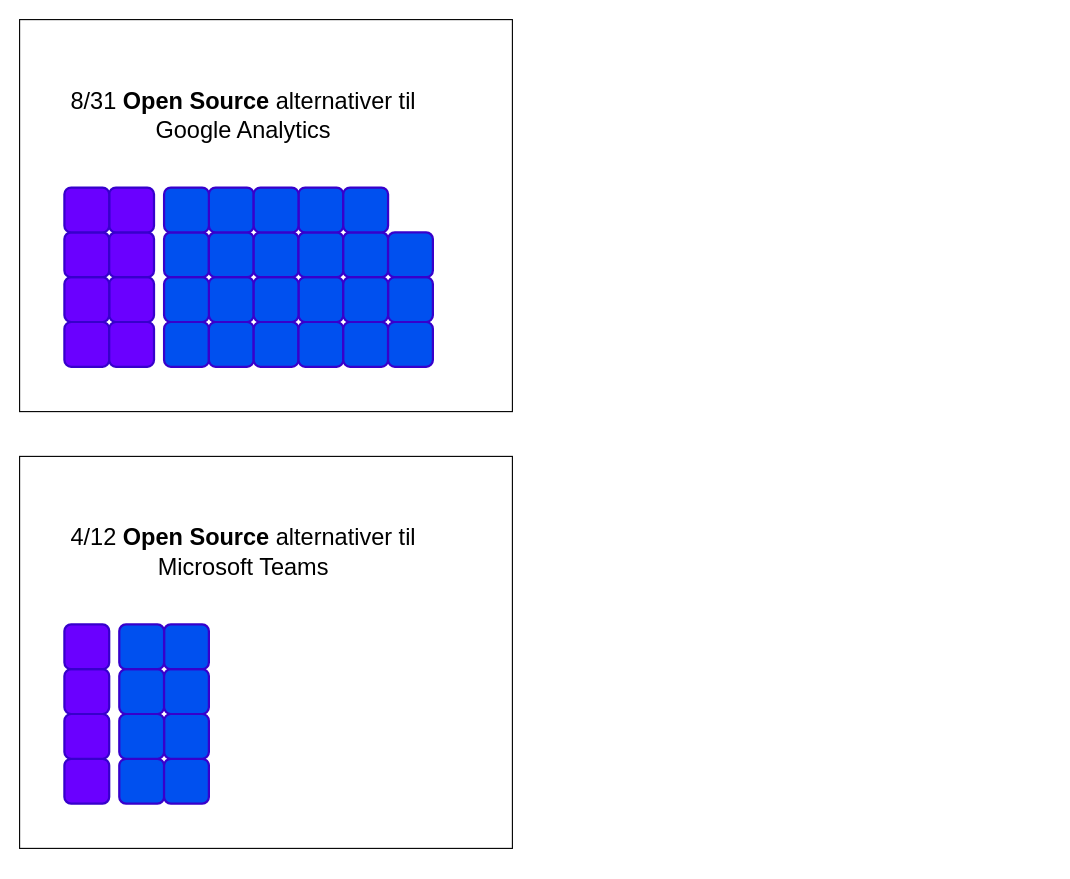
Before: Illustrations/OpenSourceAlternatives.drawio in Kristoffernegendahl/Ali, a draw.io diagram. Source tidied: cells renumbered, new cells numbered last; positions are measured from the earlier drawing's top-left corner, leaving out a move shared by most shapes. Both pictures are drawn from the tidied source at 112%, with x=0, y=0 at pixel (19, 19). Pictures stored in the file or linked from it are replaced by grey dashed boxes.
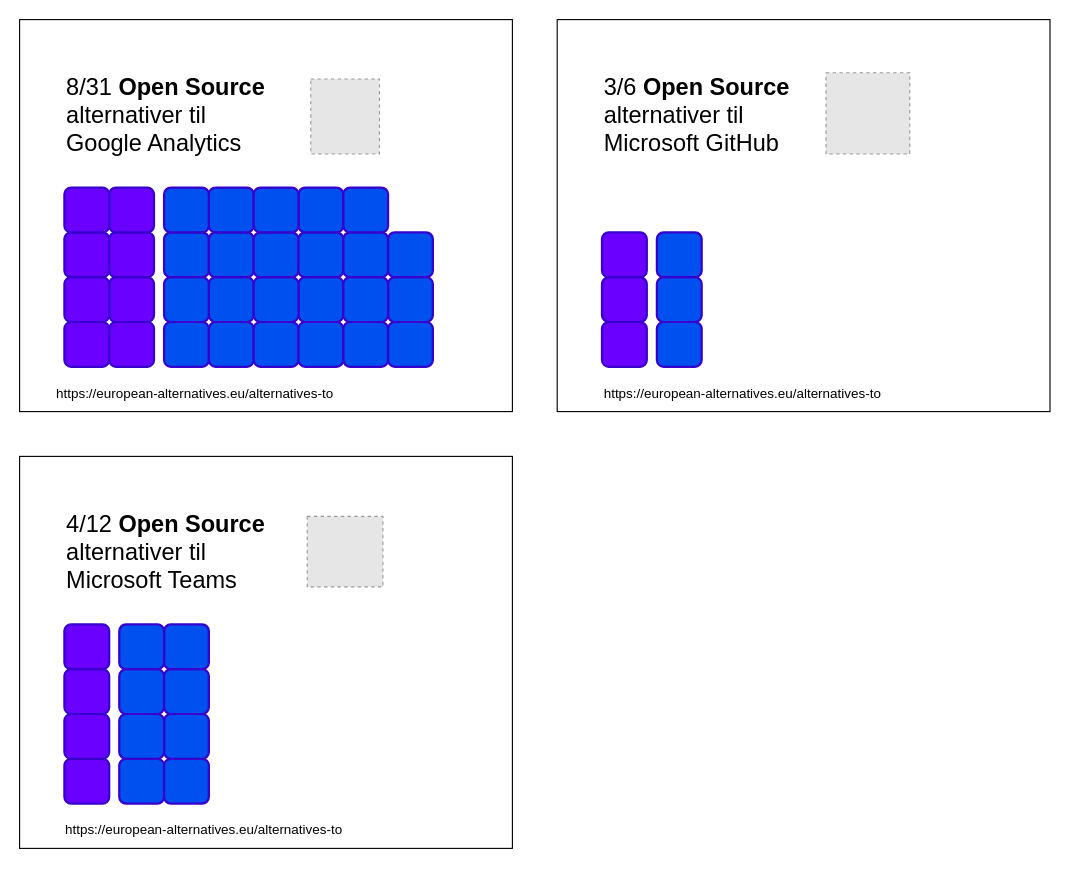
After the change.

Diff of the diagram source:
```diff
@@
-    <mxCell id="34" value="8/31 &lt;b&gt;Open Source&lt;/b&gt; alternativer til Google Analytics" style="text;html=1;whiteSpace=wrap;strokeColor=none;fillColor=none;align=center;verticalAlign=middle;rounded=0;fontFamily=Helvetica;fontSize=21;fontColor=light-dark(#000000,#000000);" parent="1" vertex="1">
-      <mxGeometry x="40" y="70" width="320" height="30" as="geometry" />
+    <mxCell id="34" value="8/31 &lt;b&gt;Open Source&lt;/b&gt; alternativer til Google Analytics" style="text;html=1;whiteSpace=wrap;strokeColor=none;fillColor=none;align=left;verticalAlign=middle;rounded=0;fontFamily=Helvetica;fontSize=21;fontColor=light-dark(#000000,#000000);" parent="1" vertex="1">
+      <mxGeometry x="40" y="70" width="190" height="30" as="geometry" />
     </mxCell>
@@
-    <mxCell id="48" value="4/12&amp;nbsp;&lt;b&gt;Open Source&lt;/b&gt; alternativer til Microsoft Teams" style="text;html=1;whiteSpace=wrap;strokeColor=none;fillColor=none;align=center;verticalAlign=middle;rounded=0;fontFamily=Helvetica;fontSize=21;fontColor=light-dark(#000000,#000000);" parent="1" vertex="1">
-      <mxGeometry x="40" y="460" width="320" height="30" as="geometry" />
+    <mxCell id="48" value="4/12&amp;nbsp;&lt;b&gt;Open Source&lt;/b&gt; alternativer til Microsoft Teams" style="text;html=1;whiteSpace=wrap;strokeColor=none;fillColor=none;align=left;verticalAlign=middle;rounded=0;fontFamily=Helvetica;fontSize=21;fontColor=light-dark(#000000,#000000);" parent="1" vertex="1">
+      <mxGeometry x="40" y="460" width="210" height="30" as="geometry" />
     </mxCell>
+    <mxCell id="49" style="fillColor=#E6E6E6;strokeColor=#999999;dashed=1;verticalLabelPosition=bottom;labelBackgroundColor=default;verticalAlign=top;" parent="1" vertex="1">
+      <mxGeometry x="260" y="53" width="61.3" height="67" as="geometry" />
+    </mxCell>
+    <mxCell id="50" style="fillColor=#E6E6E6;strokeColor=#999999;dashed=1;verticalLabelPosition=bottom;labelBackgroundColor=default;verticalAlign=top;" parent="1" vertex="1">
+      <mxGeometry x="256.8" y="443.6" width="67.6" height="62.9" as="geometry" />
+    </mxCell>
+    <mxCell id="51" style="rounded=0;whiteSpace=wrap;html=1;hachureGap=4;fontFamily=Architects Daughter;fillColor=light-dark(#FFFFFF,#FFFFFF);" parent="1" vertex="1">
+      <mxGeometry x="480" width="440" height="350" as="geometry" />
+    </mxCell>
+    <mxCell id="52" style="whiteSpace=wrap;html=1;hachureGap=4;fontFamily=Architects Daughter;fillColor=#6a00ff;fontColor=#ffffff;strokeColor=light-dark(#3700CC,#000000);textShadow=0;rounded=1;glass=0;shadow=0;strokeWidth=2;" parent="1" vertex="1">
+      <mxGeometry x="520" y="270" width="40" height="40" as="geometry" />
+    </mxCell>
+    <mxCell id="53" style="whiteSpace=wrap;html=1;hachureGap=4;fontFamily=Architects Daughter;fillColor=#6a00ff;fontColor=#ffffff;strokeColor=light-dark(#3700CC,#000000);textShadow=0;rounded=1;glass=0;shadow=0;strokeWidth=2;" parent="1" vertex="1">
+      <mxGeometry x="520" y="230" width="40" height="40" as="geometry" />
+    </mxCell>
+    <mxCell id="54" style="whiteSpace=wrap;html=1;hachureGap=4;fontFamily=Architects Daughter;fillColor=#0050ef;fontColor=#ffffff;strokeColor=light-dark(#3700CC,#000000);textShadow=0;rounded=1;glass=0;shadow=0;strokeWidth=2;" parent="1" vertex="1">
+      <mxGeometry x="569" y="270" width="40" height="40" as="geometry" />
+    </mxCell>
+    <mxCell id="55" style="whiteSpace=wrap;html=1;hachureGap=4;fontFamily=Architects Daughter;fillColor=#0050ef;fontColor=#ffffff;strokeColor=light-dark(#3700CC,#000000);textShadow=0;rounded=1;glass=0;shadow=0;strokeWidth=2;" parent="1" vertex="1">
+      <mxGeometry x="569" y="230" width="40" height="40" as="geometry" />
+    </mxCell>
+    <mxCell id="56" style="whiteSpace=wrap;html=1;hachureGap=4;fontFamily=Architects Daughter;fillColor=#6a00ff;fontColor=#ffffff;strokeColor=light-dark(#3700CC,#000000);textShadow=0;rounded=1;glass=0;shadow=0;strokeWidth=2;" parent="1" vertex="1">
+      <mxGeometry x="520" y="190" width="40" height="40" as="geometry" />
+    </mxCell>
+    <mxCell id="57" style="whiteSpace=wrap;html=1;hachureGap=4;fontFamily=Architects Daughter;fillColor=#0050ef;fontColor=#ffffff;strokeColor=light-dark(#3700CC,#000000);textShadow=0;rounded=1;glass=0;shadow=0;strokeWidth=2;" parent="1" vertex="1">
+      <mxGeometry x="569" y="190" width="40" height="40" as="geometry" />
+    </mxCell>
+    <mxCell id="58" value="3/6&amp;nbsp;&lt;b&gt;Open Source&lt;/b&gt; alternativer til Microsoft GitHub" style="text;html=1;whiteSpace=wrap;strokeColor=none;fillColor=none;align=left;verticalAlign=middle;rounded=0;fontFamily=Helvetica;fontSize=21;fontColor=light-dark(#000000,#000000);" parent="1" vertex="1">
+      <mxGeometry x="520" y="70" width="210" height="30" as="geometry" />
+    </mxCell>
+    <mxCell id="59" style="fillColor=#E6E6E6;strokeColor=#999999;dashed=1;verticalLabelPosition=bottom;labelBackgroundColor=default;verticalAlign=top;" parent="1" vertex="1">
+      <mxGeometry x="720" y="47.5" width="74.8" height="72.5" as="geometry" />
+    </mxCell>
+    <mxCell id="60" value="https://european-alternatives.eu/alternatives-to" style="text;whiteSpace=wrap;fontFamily=Helvetica;fontColor=light-dark(#000000,#000000);" parent="1" vertex="1">
+      <mxGeometry x="31.3" y="320" width="290" height="40" as="geometry" />
+    </mxCell>
+    <mxCell id="61" value="https://european-alternatives.eu/alternatives-to" style="text;whiteSpace=wrap;fontFamily=Helvetica;fontColor=light-dark(#000000,#000000);" parent="1" vertex="1">
+      <mxGeometry x="520" y="320" width="290" height="40" as="geometry" />
+    </mxCell>
+    <mxCell id="62" value="https://european-alternatives.eu/alternatives-to" style="text;whiteSpace=wrap;fontFamily=Helvetica;fontColor=light-dark(#000000,#000000);" parent="1" vertex="1">
+      <mxGeometry x="39" y="710" width="290" height="40" as="geometry" />
+    </mxCell>
```
